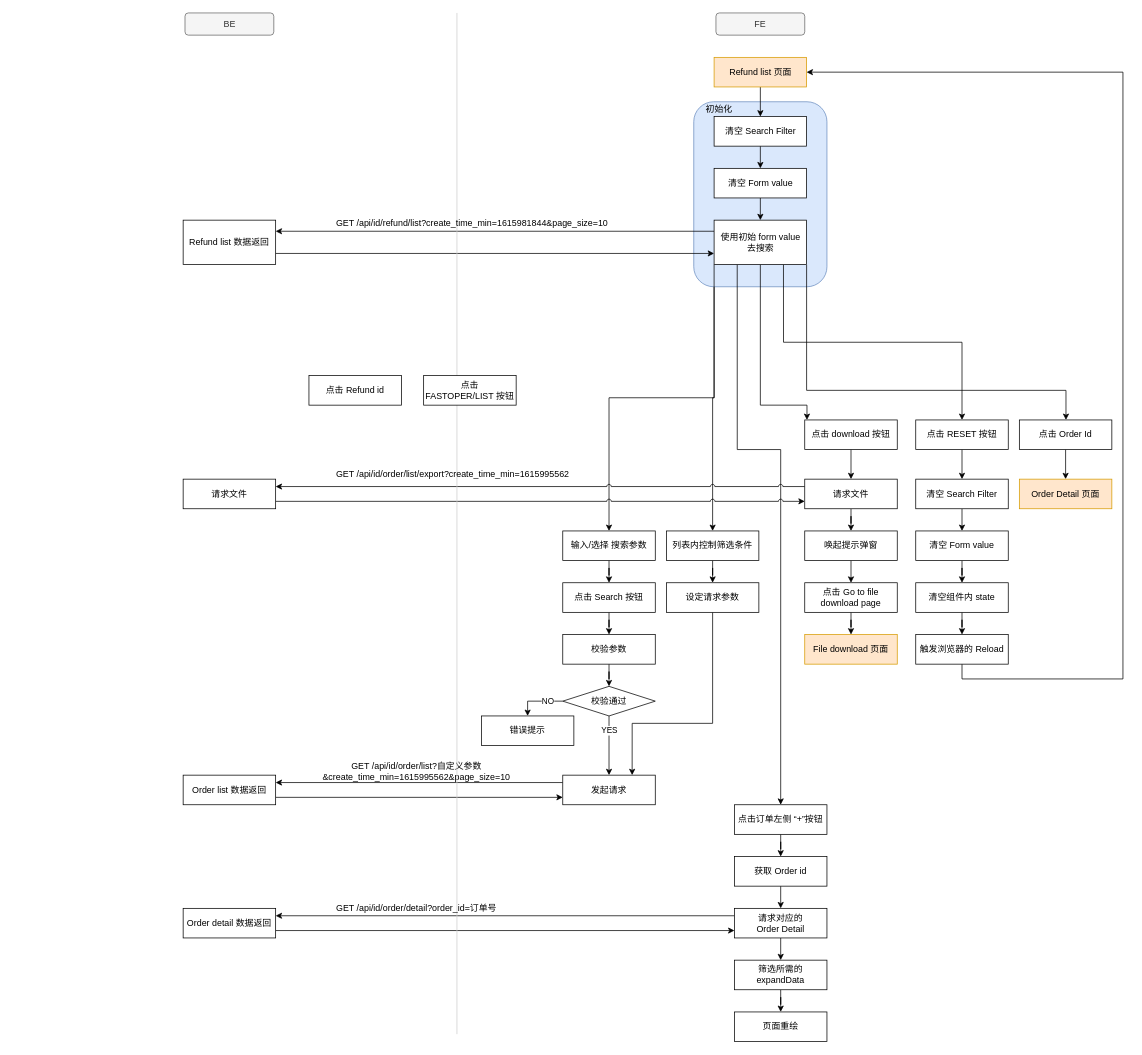
The draw.io diagram page "refund" (3 of 3) of Admin/admin.drawio in junhong2021/Hotel-, before the edit. Source tidied: cells renumbered, new cells numbered last; positions are measured from the earlier drawing's top-left corner, leaving out a move shared by most shapes. Both pictures are drawn from the tidied source at 74%, with x=0, y=0 at pixel (183, 13).
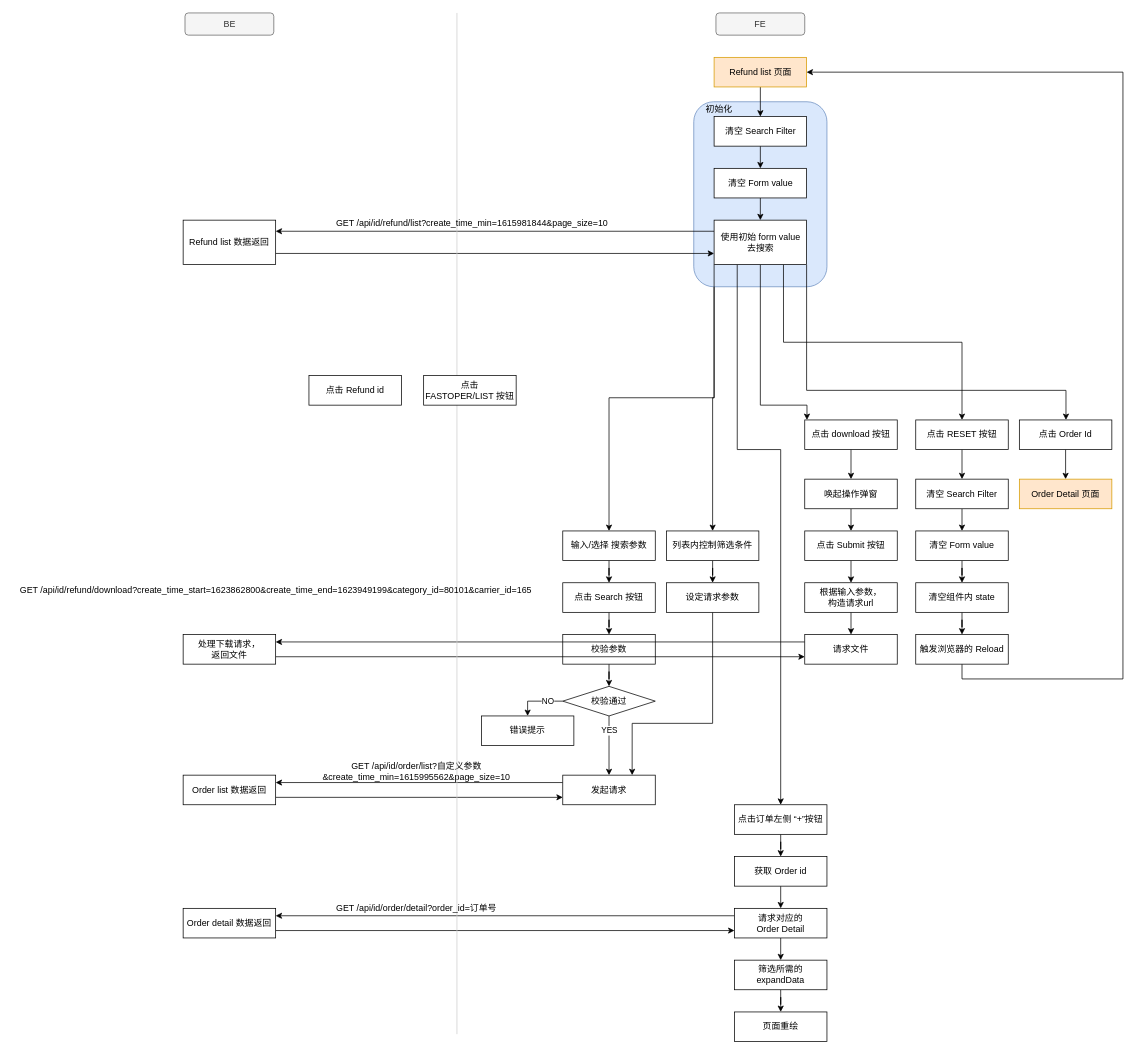
The same page after the edit.

The change refers to these unchanged cells:
```xml
<mxCell id="36" value="点击 download 按钮" style="rounded=0;whiteSpace=wrap;html=1;" parent="1" vertex="1">
  <mxGeometry x="840" y="550" width="125" height="40" as="geometry" />
</mxCell>
```

Diff of the diagram source:
```diff
@@
-    <mxCell id="35" style="edgeStyle=orthogonalEdgeStyle;rounded=0;jettySize=auto;html=1;exitX=0.5;exitY=1;exitDx=0;exitDy=0;" parent="1" edge="1" source="36" target="39">
-      <mxGeometry relative="1" as="geometry" />
-    </mxCell>
+    <mxCell id="86" style="edgeStyle=orthogonalEdgeStyle;rounded=0;jettySize=auto;html=1;exitX=0.5;exitY=1;exitDx=0;exitDy=0;entryX=0.5;entryY=0;entryDx=0;entryDy=0;" parent="1" edge="1" source="36" target="41">
+      <mxGeometry relative="1" as="geometry" />
+    </mxCell>
@@
-    <mxCell id="37" style="edgeStyle=orthogonalEdgeStyle;rounded=0;jettySize=auto;html=1;exitX=0.5;exitY=1;exitDx=0;exitDy=0;" parent="1" edge="1" source="39" target="41">
-      <mxGeometry relative="1" as="geometry" />
-    </mxCell>
-    <mxCell id="38" style="edgeStyle=orthogonalEdgeStyle;rounded=0;jettySize=auto;html=1;exitX=0;exitY=0.25;exitDx=0;exitDy=0;entryX=1;entryY=0.25;entryDx=0;entryDy=0;jumpStyle=arc;" parent="1" edge="1" source="39" target="69">
-      <mxGeometry relative="1" as="geometry" />
-    </mxCell>
-    <mxCell id="39" value="请求文件" style="rounded=0;whiteSpace=wrap;html=1;" parent="1" vertex="1">
-      <mxGeometry x="840" y="630" width="125" height="40" as="geometry" />
-    </mxCell>
-    <mxCell id="40" style="edgeStyle=orthogonalEdgeStyle;rounded=0;jettySize=auto;html=1;exitX=0.5;exitY=1;exitDx=0;exitDy=0;entryX=0.5;entryY=0;entryDx=0;entryDy=0;" parent="1" edge="1" source="41" target="43">
-      <mxGeometry relative="1" as="geometry" />
-    </mxCell>
+    <mxCell id="87" style="edgeStyle=orthogonalEdgeStyle;rounded=0;jettySize=auto;html=1;exitX=0.5;exitY=1;exitDx=0;exitDy=0;entryX=0.5;entryY=0;entryDx=0;entryDy=0;" parent="1" edge="1" source="41" target="89">
+      <mxGeometry relative="1" as="geometry" />
+    </mxCell>
-    <mxCell id="41" value="唤起提示弹窗" style="rounded=0;whiteSpace=wrap;html=1;" parent="1" vertex="1">
-      <mxGeometry x="840" y="700" width="125" height="40" as="geometry" />
+    <mxCell id="41" value="唤起操作弹窗" style="rounded=0;whiteSpace=wrap;html=1;" parent="1" vertex="1">
+      <mxGeometry x="840" y="630" width="125" height="40" as="geometry" />
     </mxCell>
-    <mxCell id="42" style="edgeStyle=orthogonalEdgeStyle;rounded=0;jettySize=auto;html=1;exitX=0.5;exitY=1;exitDx=0;exitDy=0;" parent="1" edge="1" source="43" target="70">
-      <mxGeometry relative="1" as="geometry" />
-    </mxCell>
-    <mxCell id="43" value="点击 Go to file download page" style="rounded=0;whiteSpace=wrap;html=1;" parent="1" vertex="1">
-      <mxGeometry x="840" y="770" width="125" height="40" as="geometry" />
-    </mxCell>
+    <mxCell id="88" style="edgeStyle=orthogonalEdgeStyle;rounded=0;jettySize=auto;html=1;exitX=0.5;exitY=1;exitDx=0;exitDy=0;entryX=0.5;entryY=0;entryDx=0;entryDy=0;" parent="1" edge="1" source="89" target="91">
+      <mxGeometry relative="1" as="geometry" />
+    </mxCell>
+    <mxCell id="89" value="点击 Submit 按钮" style="rounded=0;whiteSpace=wrap;html=1;" parent="1" vertex="1">
+      <mxGeometry x="840" y="700" width="125" height="40" as="geometry" />
+    </mxCell>
+    <mxCell id="90" style="edgeStyle=orthogonalEdgeStyle;rounded=0;jettySize=auto;html=1;exitX=0.5;exitY=1;exitDx=0;exitDy=0;entryX=0.5;entryY=0;entryDx=0;entryDy=0;" parent="1" edge="1" source="91" target="93">
+      <mxGeometry relative="1" as="geometry" />
+    </mxCell>
+    <mxCell id="91" value="根据输入参数，&lt;br&gt;构造请求url" style="rounded=0;whiteSpace=wrap;html=1;" parent="1" vertex="1">
+      <mxGeometry x="840" y="770" width="125" height="40" as="geometry" />
+    </mxCell>
+    <mxCell id="92" style="edgeStyle=orthogonalEdgeStyle;rounded=0;jettySize=auto;html=1;exitX=0;exitY=0.25;exitDx=0;exitDy=0;entryX=1;entryY=0.25;entryDx=0;entryDy=0;" parent="1" edge="1" source="93" target="95">
+      <mxGeometry relative="1" as="geometry" />
+    </mxCell>
+    <mxCell id="93" value="请求文件" style="rounded=0;whiteSpace=wrap;html=1;" parent="1" vertex="1">
+      <mxGeometry x="840" y="840" width="125" height="40" as="geometry" />
+    </mxCell>
+    <mxCell id="94" style="edgeStyle=orthogonalEdgeStyle;rounded=0;jettySize=auto;html=1;exitX=1;exitY=0.75;exitDx=0;exitDy=0;entryX=0;entryY=0.75;entryDx=0;entryDy=0;" parent="1" edge="1" source="95" target="93">
+      <mxGeometry relative="1" as="geometry" />
+    </mxCell>
+    <mxCell id="95" value="处理下载请求，&lt;br&gt;返回文件" style="rounded=0;whiteSpace=wrap;html=1;" parent="1" vertex="1">
+      <mxGeometry y="840" width="125" height="40" as="geometry" />
+    </mxCell>
@@
-    <mxCell id="68" style="edgeStyle=orthogonalEdgeStyle;rounded=0;jettySize=auto;html=1;exitX=1;exitY=0.75;exitDx=0;exitDy=0;entryX=0;entryY=0.75;entryDx=0;entryDy=0;jumpStyle=arc;" parent="1" edge="1" source="69" target="39">
-      <mxGeometry relative="1" as="geometry" />
-    </mxCell>
-    <mxCell id="69" value="请求文件" style="rounded=0;whiteSpace=wrap;html=1;" parent="1" vertex="1">
-      <mxGeometry y="630" width="125" height="40" as="geometry" />
-    </mxCell>
-    <mxCell id="70" value="File download 页面" style="rounded=0;whiteSpace=wrap;html=1;fillColor=#ffe6cc;strokeColor=#d79b00;" parent="1" vertex="1">
-      <mxGeometry x="840" y="840" width="125" height="40" as="geometry" />
-    </mxCell>
@@
-    <mxCell id="83" value="GET /api/id/order/list/export?create_time_min=1615995562&amp;nbsp;" style="text;whiteSpace=wrap;html=1;" parent="1" vertex="1">
-      <mxGeometry x="205" y="610" width="400" height="30" as="geometry" />
-    </mxCell>
@@
+    <mxCell id="96" value="GET /api/id/refund/download?create_time_start=1623862800&amp;amp;create_time_end=1623949199&amp;amp;category_id=80101&amp;amp;carrier_id=165" style="text;html=1;align=center;verticalAlign=middle;strokeColor=none;" parent="1" vertex="1">
+      <mxGeometry x="-230" y="770" width="710" height="20" as="geometry" />
+    </mxCell>
```
